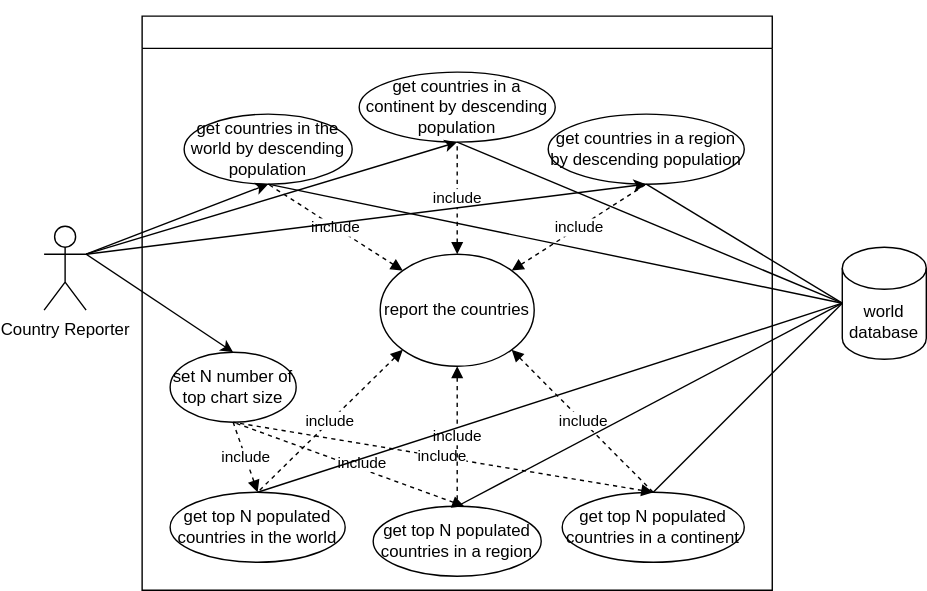
This is use-cases/CountryReporterUseCase.svg from naingkhanthtet/devopteam4, a draw.io export, as it was before one commit. Source tidied: cells renumbered, new cells last; positions are measured from the earlier drawing's top-left corner, leaving out a move shared by most shapes. Source of this version:
```xml
<mxGraphModel>
  <root>
    <mxCell id="0" />
    <mxCell id="1" parent="0" />
    <mxCell id="2" value="Country Reporter" style="shape=umlActor;verticalLabelPosition=bottom;verticalAlign=top;html=1;outlineConnect=0;" parent="1" vertex="1">
      <mxGeometry y="150" width="30" height="60" as="geometry" />
    </mxCell>
    <mxCell id="3" value="&lt;h3 style=&quot;color: rgb(255, 255, 255); font-style: normal; font-variant-ligatures: normal; font-variant-caps: normal; font-weight: 400; letter-spacing: normal; orphans: 2; text-align: start; text-indent: 0px; text-transform: none; widows: 2; word-spacing: 0px; -webkit-text-stroke-width: 0px; text-decoration-thickness: initial; text-decoration-style: initial; text-decoration-color: initial; overflow-wrap: break-word;&quot;&gt;&lt;font face=&quot;Helvetica&quot;&gt;Country Reporting System&lt;/font&gt;&lt;/h3&gt;" style="swimlane;whiteSpace=wrap;html=1;" parent="1" vertex="1">
      <mxGeometry x="70" width="450" height="410" as="geometry" />
    </mxCell>
    <mxCell id="4" value="get countries in the world by descending population" style="ellipse;whiteSpace=wrap;html=1;" parent="3" vertex="1">
      <mxGeometry x="30" y="70" width="120" height="50" as="geometry" />
    </mxCell>
    <mxCell id="5" value="get countries in a continent by descending population" style="ellipse;whiteSpace=wrap;html=1;" parent="3" vertex="1">
      <mxGeometry x="155" y="40" width="140" height="50" as="geometry" />
    </mxCell>
    <mxCell id="6" value="get top N populated countries in the world" style="ellipse;whiteSpace=wrap;html=1;" parent="3" vertex="1">
      <mxGeometry x="20" y="340" width="125" height="50" as="geometry" />
    </mxCell>
    <mxCell id="7" value="set N number of top chart size" style="ellipse;whiteSpace=wrap;html=1;" parent="3" vertex="1">
      <mxGeometry x="20" y="240" width="90" height="50" as="geometry" />
    </mxCell>
    <mxCell id="8" value="include" style="endArrow=none;dashed=1;html=1;rounded=0;fontFamily=Helvetica;entryX=0.5;entryY=1;entryDx=0;entryDy=0;endFill=0;startArrow=block;startFill=1;exitX=0.5;exitY=0;exitDx=0;exitDy=0;" parent="3" edge="1" source="6" target="7">
      <mxGeometry relative="1" as="geometry" />
    </mxCell>
    <mxCell id="9" value="get top N populated countries in a continent" style="ellipse;whiteSpace=wrap;html=1;" parent="3" vertex="1">
      <mxGeometry x="300" y="340" width="130" height="50" as="geometry" />
    </mxCell>
    <mxCell id="10" style="endArrow=none;dashed=1;html=1;rounded=0;fontFamily=Helvetica;exitX=0.5;exitY=0;exitDx=0;exitDy=0;entryX=0.5;entryY=1;entryDx=0;entryDy=0;endFill=0;startArrow=block;startFill=1;" parent="3" edge="1" source="9" target="7">
      <mxGeometry relative="1" as="geometry" />
    </mxCell>
    <mxCell id="11" value="include" style="edgeLabel;html=1;align=center;verticalAlign=middle;fontFamily=Helvetica;" parent="10" vertex="1">
      <mxGeometry x="0.01" y="-1" relative="1" as="geometry" />
    </mxCell>
    <mxCell id="12" value="get top N populated countries in a region" style="ellipse;whiteSpace=wrap;html=1;" parent="3" vertex="1">
      <mxGeometry x="165" y="350" width="120" height="50" as="geometry" />
    </mxCell>
    <mxCell id="13" style="endArrow=none;dashed=1;html=1;rounded=0;fontFamily=Helvetica;entryX=0.5;entryY=1;entryDx=0;entryDy=0;endFill=0;startArrow=block;startFill=1;" parent="3" edge="1" target="7">
      <mxGeometry relative="1" as="geometry">
        <mxPoint x="230" y="350" as="sourcePoint" />
      </mxGeometry>
    </mxCell>
    <mxCell id="14" value="include" style="edgeLabel;html=1;align=center;verticalAlign=middle;fontFamily=Helvetica;" parent="13" vertex="1">
      <mxGeometry x="-0.09" y="-4" relative="1" as="geometry" />
    </mxCell>
    <mxCell id="15" value="report the countries" style="ellipse;whiteSpace=wrap;html=1;" parent="3" vertex="1">
      <mxGeometry x="170" y="170" width="110" height="80" as="geometry" />
    </mxCell>
    <mxCell id="16" value="include" style="endArrow=none;dashed=1;html=1;rounded=0;fontFamily=Helvetica;entryX=0.5;entryY=1;entryDx=0;entryDy=0;endFill=0;startArrow=block;startFill=1;exitX=0.5;exitY=0;exitDx=0;exitDy=0;" parent="3" edge="1" source="15" target="5">
      <mxGeometry relative="1" as="geometry" />
    </mxCell>
    <mxCell id="17" value="include" style="endArrow=none;dashed=1;html=1;rounded=0;fontFamily=Helvetica;entryX=0.5;entryY=1;entryDx=0;entryDy=0;endFill=0;startArrow=block;startFill=1;exitX=0;exitY=0;exitDx=0;exitDy=0;" parent="3" edge="1" source="15" target="4">
      <mxGeometry relative="1" as="geometry" />
    </mxCell>
    <mxCell id="18" value="include" style="endArrow=none;dashed=1;html=1;rounded=0;fontFamily=Helvetica;entryX=0.5;entryY=0;entryDx=0;entryDy=0;endFill=0;startArrow=block;startFill=1;exitX=0.5;exitY=1;exitDx=0;exitDy=0;" parent="3" edge="1" source="15" target="12">
      <mxGeometry relative="1" as="geometry" />
    </mxCell>
    <mxCell id="19" value="include" style="endArrow=none;dashed=1;html=1;rounded=0;fontFamily=Helvetica;entryX=0.5;entryY=0;entryDx=0;entryDy=0;endFill=0;startArrow=block;startFill=1;exitX=0;exitY=1;exitDx=0;exitDy=0;" parent="3" edge="1" source="15" target="6">
      <mxGeometry relative="1" as="geometry" />
    </mxCell>
    <mxCell id="20" value="include" style="endArrow=none;dashed=1;html=1;rounded=0;fontFamily=Helvetica;entryX=0.5;entryY=0;entryDx=0;entryDy=0;endFill=0;startArrow=block;startFill=1;exitX=1;exitY=1;exitDx=0;exitDy=0;" parent="3" edge="1" source="15" target="9">
      <mxGeometry relative="1" as="geometry" />
    </mxCell>
    <mxCell id="21" value="get countries in a region by descending population" style="ellipse;whiteSpace=wrap;html=1;" parent="3" vertex="1">
      <mxGeometry x="290" y="70" width="140" height="50" as="geometry" />
    </mxCell>
    <mxCell id="22" value="include" style="endArrow=none;dashed=1;html=1;rounded=0;fontFamily=Helvetica;entryX=0.5;entryY=1;entryDx=0;entryDy=0;endFill=0;startArrow=block;startFill=1;exitX=1;exitY=0;exitDx=0;exitDy=0;" parent="3" edge="1" source="15" target="21">
      <mxGeometry relative="1" as="geometry" />
    </mxCell>
    <mxCell id="23" value="world database" style="shape=cylinder3;whiteSpace=wrap;html=1;boundedLbl=1;backgroundOutline=1;size=15;" parent="1" vertex="1">
      <mxGeometry x="570" y="165" width="60" height="80" as="geometry" />
    </mxCell>
    <mxCell id="24" style="endArrow=classic;html=1;rounded=0;fontFamily=Helvetica;exitX=1;exitY=0.3333333333333333;exitDx=0;exitDy=0;exitPerimeter=0;entryX=0.5;entryY=0;entryDx=0;entryDy=0;" parent="1" edge="1" source="2" target="7">
      <mxGeometry relative="1" as="geometry" />
    </mxCell>
    <mxCell id="25" style="endArrow=classic;html=1;rounded=0;fontFamily=Helvetica;entryX=0.5;entryY=1;entryDx=0;entryDy=0;exitX=1;exitY=0.3333333333333333;exitDx=0;exitDy=0;exitPerimeter=0;" parent="1" edge="1" source="2" target="21">
      <mxGeometry relative="1" as="geometry" />
    </mxCell>
    <mxCell id="26" style="endArrow=classic;html=1;rounded=0;fontFamily=Helvetica;exitX=1;exitY=0.3333333333333333;exitDx=0;exitDy=0;exitPerimeter=0;entryX=0.5;entryY=1;entryDx=0;entryDy=0;" parent="1" edge="1" source="2" target="5">
      <mxGeometry relative="1" as="geometry" />
    </mxCell>
    <mxCell id="27" style="endArrow=classic;html=1;fontFamily=Helvetica;exitX=1;exitY=0.3333333333333333;exitDx=0;exitDy=0;exitPerimeter=0;entryX=0.5;entryY=1;entryDx=0;entryDy=0;curved=1;" parent="1" edge="1" source="2" target="4">
      <mxGeometry relative="1" as="geometry" />
    </mxCell>
    <mxCell id="28" style="endArrow=none;html=1;fontFamily=Helvetica;curved=1;entryX=0;entryY=0.5;entryDx=0;entryDy=0;entryPerimeter=0;exitX=0.5;exitY=0;exitDx=0;exitDy=0;" parent="1" edge="1" source="12" target="23">
      <mxGeometry relative="1" as="geometry" />
    </mxCell>
    <mxCell id="29" style="endArrow=none;html=1;fontFamily=Helvetica;curved=1;entryX=0;entryY=0.5;entryDx=0;entryDy=0;entryPerimeter=0;exitX=0.5;exitY=0;exitDx=0;exitDy=0;" parent="1" edge="1" source="9" target="23">
      <mxGeometry relative="1" as="geometry" />
    </mxCell>
    <mxCell id="30" style="endArrow=none;html=1;fontFamily=Helvetica;curved=1;entryX=0;entryY=0.5;entryDx=0;entryDy=0;entryPerimeter=0;exitX=0.5;exitY=0;exitDx=0;exitDy=0;" parent="1" edge="1" source="6" target="23">
      <mxGeometry relative="1" as="geometry" />
    </mxCell>
    <mxCell id="31" style="endArrow=none;html=1;fontFamily=Helvetica;curved=1;entryX=0;entryY=0.5;entryDx=0;entryDy=0;entryPerimeter=0;exitX=0.5;exitY=1;exitDx=0;exitDy=0;startArrow=none;" parent="1" edge="1" source="21" target="23">
      <mxGeometry relative="1" as="geometry" />
    </mxCell>
    <mxCell id="32" style="endArrow=none;html=1;fontFamily=Helvetica;curved=1;entryX=0;entryY=0.5;entryDx=0;entryDy=0;entryPerimeter=0;exitX=0.5;exitY=1;exitDx=0;exitDy=0;" parent="1" edge="1" source="4" target="23">
      <mxGeometry relative="1" as="geometry" />
    </mxCell>
    <mxCell id="33" style="endArrow=none;html=1;fontFamily=Helvetica;curved=1;entryX=0;entryY=0.5;entryDx=0;entryDy=0;entryPerimeter=0;exitX=0.5;exitY=1;exitDx=0;exitDy=0;" parent="1" edge="1" source="5" target="23">
      <mxGeometry relative="1" as="geometry" />
    </mxCell>
  </root>
</mxGraphModel>
```
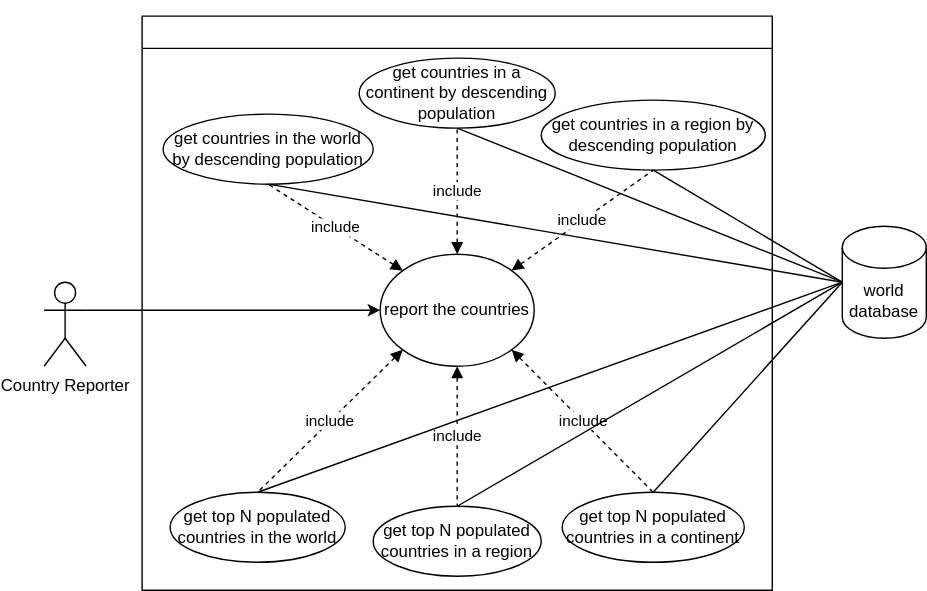
After the commit.

Commit message:
new use case diagrams

What changed in the source:
```diff
@@ -3,46 +3,26 @@
     <mxCell id="0" />
     <mxCell id="1" parent="0" />
     <mxCell id="2" value="Country Reporter" style="shape=umlActor;verticalLabelPosition=bottom;verticalAlign=top;html=1;outlineConnect=0;" parent="1" vertex="1">
-      <mxGeometry y="150" width="30" height="60" as="geometry" />
+      <mxGeometry y="190" width="30" height="60" as="geometry" />
     </mxCell>
     <mxCell id="3" value="&lt;h3 style=&quot;color: rgb(255, 255, 255); font-style: normal; font-variant-ligatures: normal; font-variant-caps: normal; font-weight: 400; letter-spacing: normal; orphans: 2; text-align: start; text-indent: 0px; text-transform: none; widows: 2; word-spacing: 0px; -webkit-text-stroke-width: 0px; text-decoration-thickness: initial; text-decoration-style: initial; text-decoration-color: initial; overflow-wrap: break-word;&quot;&gt;&lt;font face=&quot;Helvetica&quot;&gt;Country Reporting System&lt;/font&gt;&lt;/h3&gt;" style="swimlane;whiteSpace=wrap;html=1;" parent="1" vertex="1">
       <mxGeometry x="70" width="450" height="410" as="geometry" />
     </mxCell>
     <mxCell id="4" value="get countries in the world by descending population" style="ellipse;whiteSpace=wrap;html=1;" parent="3" vertex="1">
-      <mxGeometry x="30" y="70" width="120" height="50" as="geometry" />
+      <mxGeometry x="15" y="70" width="150" height="50" as="geometry" />
     </mxCell>
     <mxCell id="5" value="get countries in a continent by descending population" style="ellipse;whiteSpace=wrap;html=1;" parent="3" vertex="1">
-      <mxGeometry x="155" y="40" width="140" height="50" as="geometry" />
+      <mxGeometry x="155" y="30" width="140" height="50" as="geometry" />
     </mxCell>
     <mxCell id="6" value="get top N populated countries in the world" style="ellipse;whiteSpace=wrap;html=1;" parent="3" vertex="1">
       <mxGeometry x="20" y="340" width="125" height="50" as="geometry" />
     </mxCell>
-    <mxCell id="7" value="set N number of top chart size" style="ellipse;whiteSpace=wrap;html=1;" parent="3" vertex="1">
-      <mxGeometry x="20" y="240" width="90" height="50" as="geometry" />
-    </mxCell>
-    <mxCell id="8" value="include" style="endArrow=none;dashed=1;html=1;rounded=0;fontFamily=Helvetica;entryX=0.5;entryY=1;entryDx=0;entryDy=0;endFill=0;startArrow=block;startFill=1;exitX=0.5;exitY=0;exitDx=0;exitDy=0;" parent="3" edge="1" source="6" target="7">
-      <mxGeometry relative="1" as="geometry" />
-    </mxCell>
     <mxCell id="9" value="get top N populated countries in a continent" style="ellipse;whiteSpace=wrap;html=1;" parent="3" vertex="1">
       <mxGeometry x="300" y="340" width="130" height="50" as="geometry" />
     </mxCell>
-    <mxCell id="10" style="endArrow=none;dashed=1;html=1;rounded=0;fontFamily=Helvetica;exitX=0.5;exitY=0;exitDx=0;exitDy=0;entryX=0.5;entryY=1;entryDx=0;entryDy=0;endFill=0;startArrow=block;startFill=1;" parent="3" edge="1" source="9" target="7">
-      <mxGeometry relative="1" as="geometry" />
-    </mxCell>
-    <mxCell id="11" value="include" style="edgeLabel;html=1;align=center;verticalAlign=middle;fontFamily=Helvetica;" parent="10" vertex="1">
-      <mxGeometry x="0.01" y="-1" relative="1" as="geometry" />
-    </mxCell>
     <mxCell id="12" value="get top N populated countries in a region" style="ellipse;whiteSpace=wrap;html=1;" parent="3" vertex="1">
       <mxGeometry x="165" y="350" width="120" height="50" as="geometry" />
     </mxCell>
-    <mxCell id="13" style="endArrow=none;dashed=1;html=1;rounded=0;fontFamily=Helvetica;entryX=0.5;entryY=1;entryDx=0;entryDy=0;endFill=0;startArrow=block;startFill=1;" parent="3" edge="1" target="7">
-      <mxGeometry relative="1" as="geometry">
-        <mxPoint x="230" y="350" as="sourcePoint" />
-      </mxGeometry>
-    </mxCell>
-    <mxCell id="14" value="include" style="edgeLabel;html=1;align=center;verticalAlign=middle;fontFamily=Helvetica;" parent="13" vertex="1">
-      <mxGeometry x="-0.09" y="-4" relative="1" as="geometry" />
-    </mxCell>
     <mxCell id="15" value="report the countries" style="ellipse;whiteSpace=wrap;html=1;" parent="3" vertex="1">
       <mxGeometry x="170" y="170" width="110" height="80" as="geometry" />
     </mxCell>
@@ -62,26 +42,17 @@
       <mxGeometry relative="1" as="geometry" />
     </mxCell>
     <mxCell id="21" value="get countries in a region by descending population" style="ellipse;whiteSpace=wrap;html=1;" parent="3" vertex="1">
-      <mxGeometry x="290" y="70" width="140" height="50" as="geometry" />
+      <mxGeometry x="285" y="60" width="160" height="50" as="geometry" />
     </mxCell>
     <mxCell id="22" value="include" style="endArrow=none;dashed=1;html=1;rounded=0;fontFamily=Helvetica;entryX=0.5;entryY=1;entryDx=0;entryDy=0;endFill=0;startArrow=block;startFill=1;exitX=1;exitY=0;exitDx=0;exitDy=0;" parent="3" edge="1" source="15" target="21">
       <mxGeometry relative="1" as="geometry" />
     </mxCell>
     <mxCell id="23" value="world database" style="shape=cylinder3;whiteSpace=wrap;html=1;boundedLbl=1;backgroundOutline=1;size=15;" parent="1" vertex="1">
-      <mxGeometry x="570" y="165" width="60" height="80" as="geometry" />
+      <mxGeometry x="570" y="150" width="60" height="80" as="geometry" />
     </mxCell>
-    <mxCell id="24" style="endArrow=classic;html=1;rounded=0;fontFamily=Helvetica;exitX=1;exitY=0.3333333333333333;exitDx=0;exitDy=0;exitPerimeter=0;entryX=0.5;entryY=0;entryDx=0;entryDy=0;" parent="1" edge="1" source="2" target="7">
+    <mxCell id="24" style="endArrow=classic;html=1;rounded=0;fontFamily=Helvetica;exitX=1;exitY=0.3333333333333333;exitDx=0;exitDy=0;exitPerimeter=0;entryX=0;entryY=0.5;entryDx=0;entryDy=0;" parent="1" edge="1" source="2" target="15">
       <mxGeometry relative="1" as="geometry" />
     </mxCell>
-    <mxCell id="25" style="endArrow=classic;html=1;rounded=0;fontFamily=Helvetica;entryX=0.5;entryY=1;entryDx=0;entryDy=0;exitX=1;exitY=0.3333333333333333;exitDx=0;exitDy=0;exitPerimeter=0;" parent="1" edge="1" source="2" target="21">
-      <mxGeometry relative="1" as="geometry" />
-    </mxCell>
-    <mxCell id="26" style="endArrow=classic;html=1;rounded=0;fontFamily=Helvetica;exitX=1;exitY=0.3333333333333333;exitDx=0;exitDy=0;exitPerimeter=0;entryX=0.5;entryY=1;entryDx=0;entryDy=0;" parent="1" edge="1" source="2" target="5">
-      <mxGeometry relative="1" as="geometry" />
-    </mxCell>
-    <mxCell id="27" style="endArrow=classic;html=1;fontFamily=Helvetica;exitX=1;exitY=0.3333333333333333;exitDx=0;exitDy=0;exitPerimeter=0;entryX=0.5;entryY=1;entryDx=0;entryDy=0;curved=1;" parent="1" edge="1" source="2" target="4">
-      <mxGeometry relative="1" as="geometry" />
-    </mxCell>
     <mxCell id="28" style="endArrow=none;html=1;fontFamily=Helvetica;curved=1;entryX=0;entryY=0.5;entryDx=0;entryDy=0;entryPerimeter=0;exitX=0.5;exitY=0;exitDx=0;exitDy=0;" parent="1" edge="1" source="12" target="23">
       <mxGeometry relative="1" as="geometry" />
     </mxCell>
```
